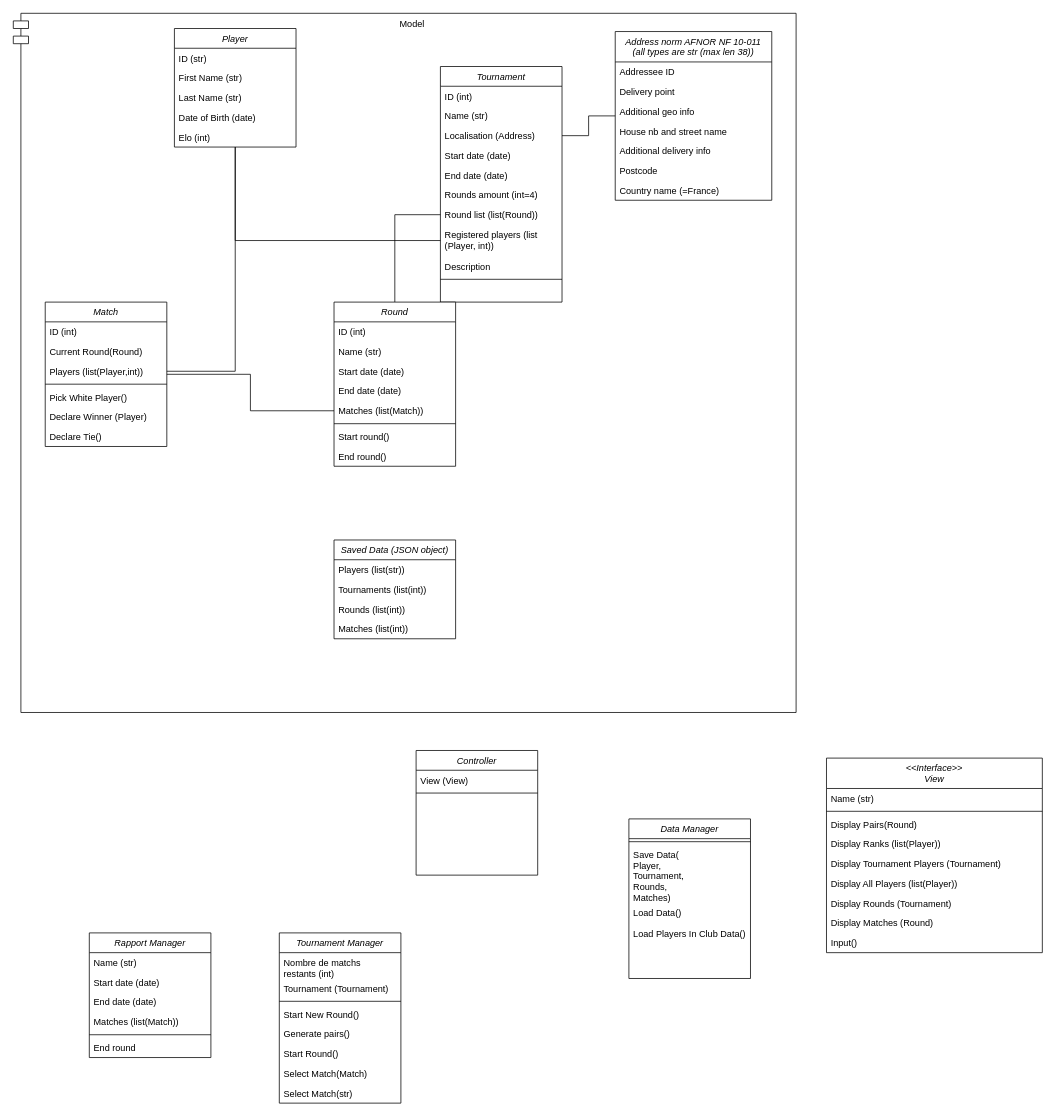
The draw.io diagram OC4-Class-Diagram.drawio in AlyxEugenot/OC-Courses, before the edit. Source tidied: cells renumbered, new cells numbered last; positions are measured from the earlier drawing's top-left corner, leaving out a move shared by most shapes. Both pictures are drawn from the tidied source at 76%, with x=0, y=0 at pixel (13, 13).
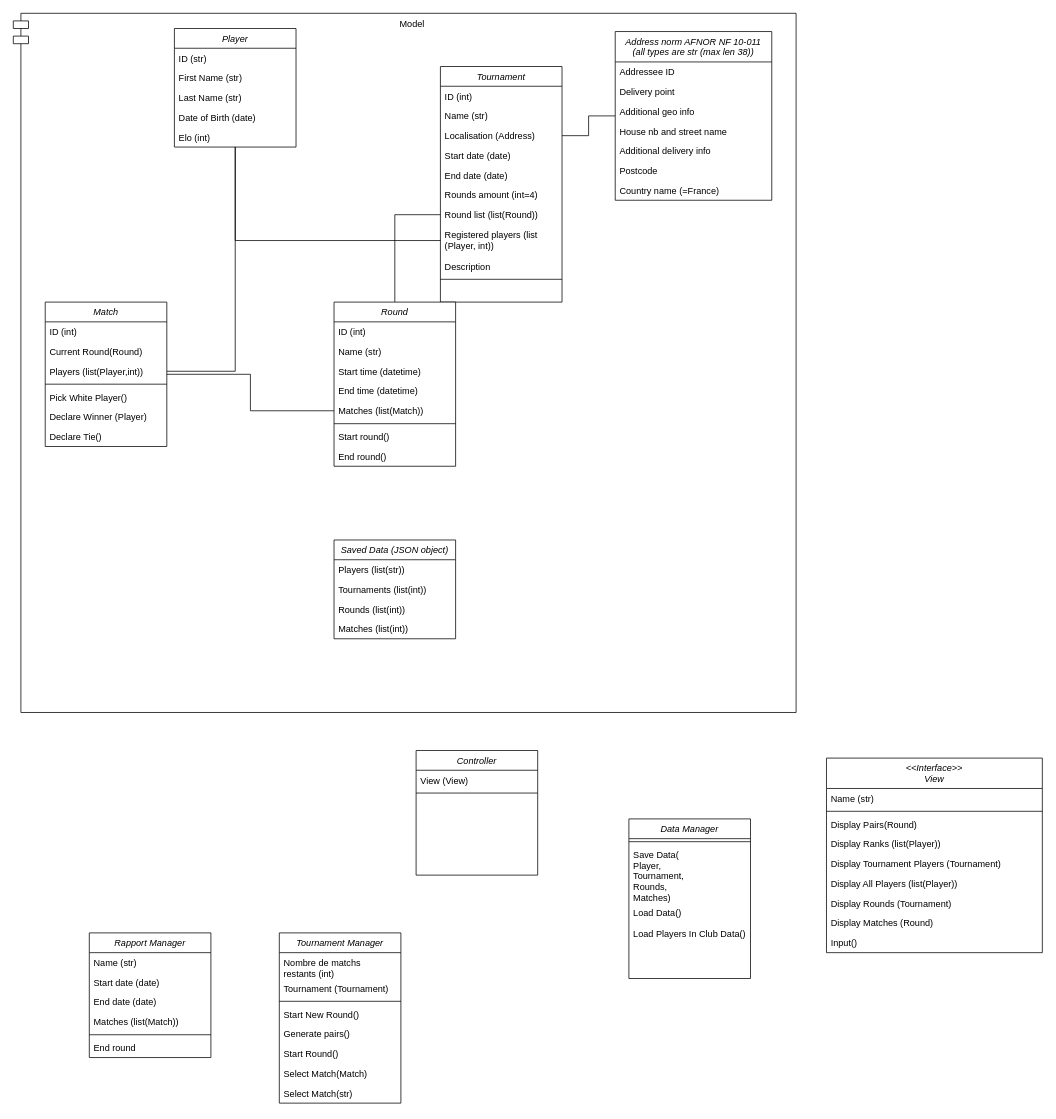
The same page after the edit.

Commit message:
Mettre à jour OC4-Class-Diagram.drawio

The change refers to these unchanged cells:
```xml
<mxCell id="31" value="Round" style="swimlane;fontStyle=2;align=center;verticalAlign=top;horizontal=1;startSize=26;rounded=0;shadow=0;strokeWidth=1;" parent="1" vertex="1">
  <mxGeometry x="422" y="380" width="160" height="216" as="geometry" />
</mxCell>
```

Change to the diagram source:
```diff
@@
-    <mxCell id="34" value="Start date (date)" style="text;align=left;verticalAlign=top;spacingLeft=4;spacingRight=4;overflow=hidden;rounded=0;shadow=0;html=0;" parent="31" vertex="1">
+    <mxCell id="34" value="Start time (datetime)" style="text;align=left;verticalAlign=top;spacingLeft=4;spacingRight=4;overflow=hidden;rounded=0;shadow=0;html=0;" parent="31" vertex="1">
       <mxGeometry y="78" width="160" height="26" as="geometry" />
     </mxCell>
-    <mxCell id="35" value="End date (date)" style="text;align=left;verticalAlign=top;spacingLeft=4;spacingRight=4;overflow=hidden;rounded=0;shadow=0;html=0;" parent="31" vertex="1">
+    <mxCell id="35" value="End time (datetime)" style="text;align=left;verticalAlign=top;spacingLeft=4;spacingRight=4;overflow=hidden;rounded=0;shadow=0;html=0;" parent="31" vertex="1">
       <mxGeometry y="104" width="160" height="26" as="geometry" />
     </mxCell>
```
